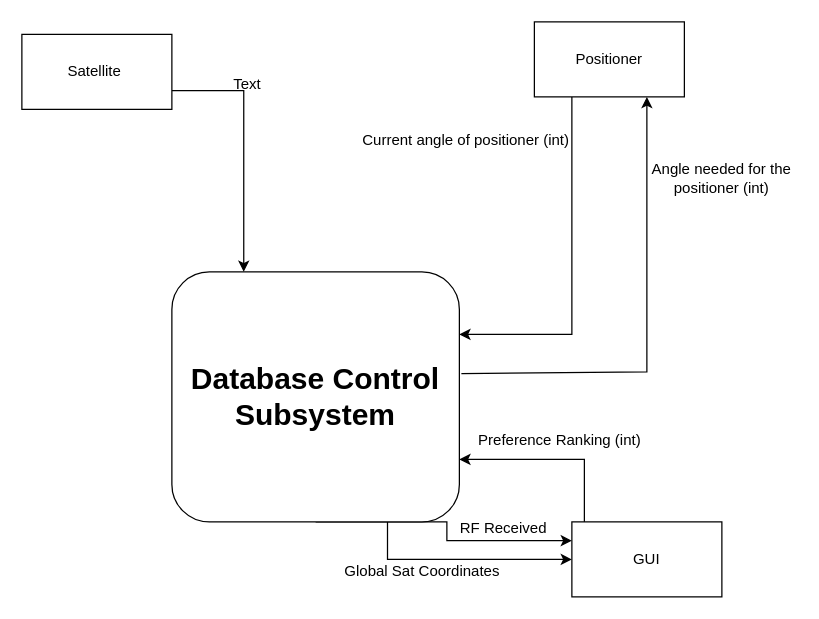
The draw.io diagram Level 0 Data Flow Diagram Database Subsystem.drawio in raleighcarsone/Ground-Station, before the edit. Source tidied: cells renumbered, new cells numbered last; positions are measured from the earlier drawing's top-left corner, leaving out a move shared by most shapes. Both pictures are drawn from the tidied source at 125%, with x=0, y=0 at pixel (21, 21).
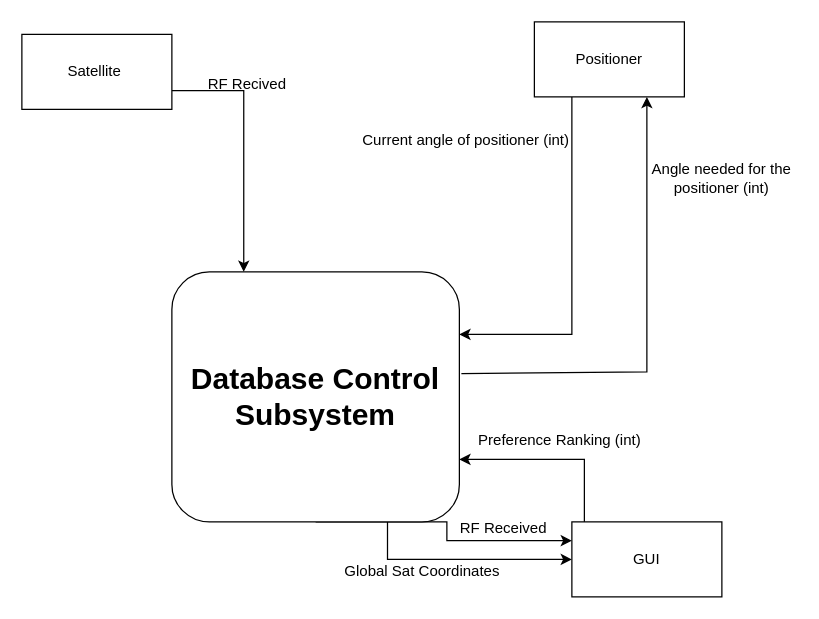
The same diagram, later.

Change to the diagram source:
```diff
@@
-    <mxCell id="17" value="Text" style="text;html=1;align=center;verticalAlign=middle;strokeColor=none;fillColor=none;" parent="1" vertex="1">
-      <mxGeometry x="160" y="40" width="40" height="20" as="geometry" />
+    <mxCell id="17" value="RF Recived" style="text;html=1;align=center;verticalAlign=middle;strokeColor=none;fillColor=none;" parent="1" vertex="1">
+      <mxGeometry x="135" y="35" width="90" height="30" as="geometry" />
     </mxCell>
```
